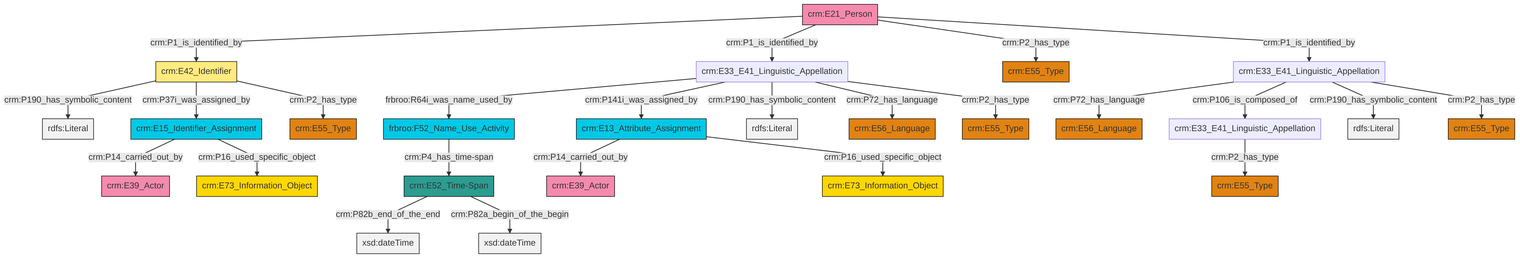
Above: et/personCSV/ttl/mmd/png/Person_Names_and_Classification.png in swiss-art-research-net/docs.swissartresearch (Mermaid), before the change. Its source is kept beside it as et/personCSV/ttl/mmd/Person_Names_and_Classification.ttl.mmd.
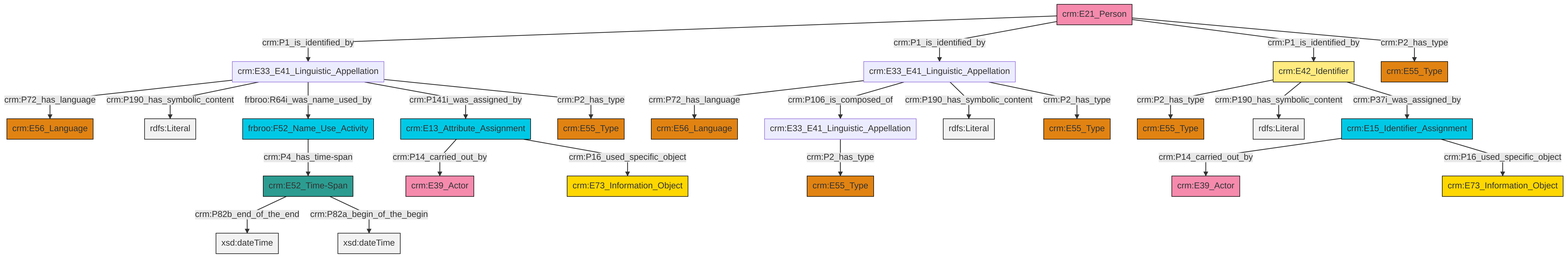
The same file after the commit.

The edit, as a diff of the source:
```diff
@@ -13,27 +13,27 @@
 classDef PC_Classes fill:#4ce600, stroke:#000000;
 classDef Multi fill:#cccccc,stroke:#000000;
 
-4["crm:E13_Attribute_Assignment"]:::Temporal_Entity -->|crm:P14_carried_out_by| 2["crm:E39_Actor"]:::Actor
-5["crm:E33_E41_Linguistic_Appellation"]:::Default -->|crm:P2_has_type| 6["crm:E55_Type"]:::Type
-4["crm:E13_Attribute_Assignment"]:::Temporal_Entity -->|crm:P16_used_specific_object| 7["crm:E73_Information_Object"]:::Conceptual_Object
-9["crm:E15_Identifier_Assignment"]:::Temporal_Entity -->|crm:P14_carried_out_by| 10["crm:E39_Actor"]:::Actor
-0["crm:E21_Person"]:::Actor -->|crm:P1_is_identified_by| 13["crm:E42_Identifier"]:::Appellation
-14["crm:E33_E41_Linguistic_Appellation"]:::Default -->|frbroo:R64i_was_name_used_by| 11["frbroo:F52_Name_Use_Activity"]:::Temporal_Entity
-13["crm:E42_Identifier"]:::Appellation -->|crm:P190_has_symbolic_content| 16[rdfs:Literal]:::Literal
-17["crm:E33_E41_Linguistic_Appellation"]:::Default -->|crm:P72_has_language| 18["crm:E56_Language"]:::Type
-13["crm:E42_Identifier"]:::Appellation -->|crm:P37i_was_assigned_by| 9["crm:E15_Identifier_Assignment"]:::Temporal_Entity
-0["crm:E21_Person"]:::Actor -->|crm:P1_is_identified_by| 14["crm:E33_E41_Linguistic_Appellation"]:::Default
-17["crm:E33_E41_Linguistic_Appellation"]:::Default -->|crm:P106_is_composed_of| 5["crm:E33_E41_Linguistic_Appellation"]:::Default
-14["crm:E33_E41_Linguistic_Appellation"]:::Default -->|crm:P141i_was_assigned_by| 4["crm:E13_Attribute_Assignment"]:::Temporal_Entity
-17["crm:E33_E41_Linguistic_Appellation"]:::Default -->|crm:P190_has_symbolic_content| 27[rdfs:Literal]:::Literal
-11["frbroo:F52_Name_Use_Activity"]:::Temporal_Entity -->|crm:P4_has_time-span| 28["crm:E52_Time-Span"]:::Time-Span
-13["crm:E42_Identifier"]:::Appellation -->|crm:P2_has_type| 29["crm:E55_Type"]:::Type
-28["crm:E52_Time-Span"]:::Time-Span -->|crm:P82b_end_of_the_end| 30[xsd:dateTime]:::Literal
-14["crm:E33_E41_Linguistic_Appellation"]:::Default -->|crm:P190_has_symbolic_content| 33[rdfs:Literal]:::Literal
-0["crm:E21_Person"]:::Actor -->|crm:P2_has_type| 34["crm:E55_Type"]:::Type
-0["crm:E21_Person"]:::Actor -->|crm:P1_is_identified_by| 17["crm:E33_E41_Linguistic_Appellation"]:::Default
-14["crm:E33_E41_Linguistic_Appellation"]:::Default -->|crm:P72_has_language| 19["crm:E56_Language"]:::Type
-17["crm:E33_E41_Linguistic_Appellation"]:::Default -->|crm:P2_has_type| 35["crm:E55_Type"]:::Type
-14["crm:E33_E41_Linguistic_Appellation"]:::Default -->|crm:P2_has_type| 23["crm:E55_Type"]:::Type
-9["crm:E15_Identifier_Assignment"]:::Temporal_Entity -->|crm:P16_used_specific_object| 31["crm:E73_Information_Object"]:::Conceptual_Object
-28["crm:E52_Time-Span"]:::Time-Span -->|crm:P82a_begin_of_the_begin| 46[xsd:dateTime]:::Literal
+0["crm:E21_Person"]:::Actor -->|crm:P1_is_identified_by| 1["crm:E33_E41_Linguistic_Appellation"]:::Default
+0["crm:E21_Person"]:::Actor -->|crm:P1_is_identified_by| 2["crm:E33_E41_Linguistic_Appellation"]:::Default
+2["crm:E33_E41_Linguistic_Appellation"]:::Default -->|crm:P72_has_language| 3["crm:E56_Language"]:::Type
+4["frbroo:F52_Name_Use_Activity"]:::Temporal_Entity -->|crm:P4_has_time-span| 5["crm:E52_Time-Span"]:::Time-Span
+5["crm:E52_Time-Span"]:::Time-Span -->|crm:P82b_end_of_the_end| 10[xsd:dateTime]:::Literal
+11["crm:E42_Identifier"]:::Appellation -->|crm:P2_has_type| 12["crm:E55_Type"]:::Type
+2["crm:E33_E41_Linguistic_Appellation"]:::Default -->|crm:P106_is_composed_of| 13["crm:E33_E41_Linguistic_Appellation"]:::Default
+1["crm:E33_E41_Linguistic_Appellation"]:::Default -->|crm:P72_has_language| 15["crm:E56_Language"]:::Type
+1["crm:E33_E41_Linguistic_Appellation"]:::Default -->|crm:P190_has_symbolic_content| 17[rdfs:Literal]:::Literal
+2["crm:E33_E41_Linguistic_Appellation"]:::Default -->|crm:P190_has_symbolic_content| 19[rdfs:Literal]:::Literal
+1["crm:E33_E41_Linguistic_Appellation"]:::Default -->|frbroo:R64i_was_name_used_by| 4["frbroo:F52_Name_Use_Activity"]:::Temporal_Entity
+11["crm:E42_Identifier"]:::Appellation -->|crm:P190_has_symbolic_content| 20[rdfs:Literal]:::Literal
+6["crm:E15_Identifier_Assignment"]:::Temporal_Entity -->|crm:P14_carried_out_by| 21["crm:E39_Actor"]:::Actor
+11["crm:E42_Identifier"]:::Appellation -->|crm:P37i_was_assigned_by| 6["crm:E15_Identifier_Assignment"]:::Temporal_Entity
+0["crm:E21_Person"]:::Actor -->|crm:P1_is_identified_by| 11["crm:E42_Identifier"]:::Appellation
+1["crm:E33_E41_Linguistic_Appellation"]:::Default -->|crm:P141i_was_assigned_by| 27["crm:E13_Attribute_Assignment"]:::Temporal_Entity
+13["crm:E33_E41_Linguistic_Appellation"]:::Default -->|crm:P2_has_type| 28["crm:E55_Type"]:::Type
+27["crm:E13_Attribute_Assignment"]:::Temporal_Entity -->|crm:P14_carried_out_by| 24["crm:E39_Actor"]:::Actor
+2["crm:E33_E41_Linguistic_Appellation"]:::Default -->|crm:P2_has_type| 32["crm:E55_Type"]:::Type
+6["crm:E15_Identifier_Assignment"]:::Temporal_Entity -->|crm:P16_used_specific_object| 29["crm:E73_Information_Object"]:::Conceptual_Object
+27["crm:E13_Attribute_Assignment"]:::Temporal_Entity -->|crm:P16_used_specific_object| 33["crm:E73_Information_Object"]:::Conceptual_Object
+0["crm:E21_Person"]:::Actor -->|crm:P2_has_type| 36["crm:E55_Type"]:::Type
+5["crm:E52_Time-Span"]:::Time-Span -->|crm:P82a_begin_of_the_begin| 42[xsd:dateTime]:::Literal
+1["crm:E33_E41_Linguistic_Appellation"]:::Default -->|crm:P2_has_type| 38["crm:E55_Type"]:::Type
```
